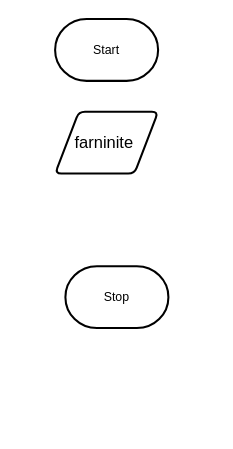
Earlier version of the draw.io diagram design/flowchart.drawio (MTHS-ICD2O-1-2024/ICD2O-Unit-3-04-Emre-Guzel-2). Source tidied: cells renumbered, new cells numbered last; positions are measured from the earlier drawing's top-left corner, leaving out a move shared by most shapes. Both pictures are drawn from the tidied source at 103%, with x=0, y=0 at pixel (55, 19).
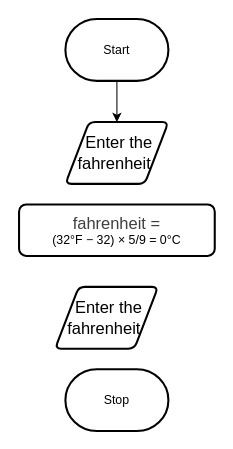
The same diagram, later.

Commit message:
almost done the flowshort

Change to the diagram source:
```diff
@@
 <mxGraphModel>
   <root>
     <mxCell id="0" />
     <mxCell id="1" parent="0" />
+    <mxCell id="5" style="edgeStyle=orthogonalEdgeStyle;html=1;rounded=0;curved=0;" parent="1" edge="1" source="2" target="4">
+      <mxGeometry relative="1" as="geometry" />
+    </mxCell>
     <mxCell id="2" value="Start" style="strokeWidth=2;html=1;shape=mxgraph.flowchart.terminator;whiteSpace=wrap;" parent="1" vertex="1">
-      <mxGeometry width="100" height="60" as="geometry" />
+      <mxGeometry x="10" width="100" height="60" as="geometry" />
     </mxCell>
     <mxCell id="3" value="Stop" style="strokeWidth=2;html=1;shape=mxgraph.flowchart.terminator;whiteSpace=wrap;" parent="1" vertex="1">
-      <mxGeometry x="10" y="240" width="100" height="60" as="geometry" />
+      <mxGeometry x="10" y="340" width="100" height="60" as="geometry" />
     </mxCell>
-    <mxCell id="4" value="&lt;font style=&quot;font-size: 16px;&quot;&gt;&lt;font style=&quot;&quot;&gt;farninite&lt;/font&gt;&amp;nbsp;&lt;/font&gt;" style="shape=parallelogram;html=1;strokeWidth=2;perimeter=parallelogramPerimeter;whiteSpace=wrap;rounded=1;arcSize=12;size=0.23;" parent="1" vertex="1">
-      <mxGeometry y="90" width="100" height="60" as="geometry" />
+    <mxCell id="4" value="&lt;font style=&quot;font-size: 16px;&quot;&gt;&lt;font style=&quot;&quot;&gt;&amp;nbsp;Enter the fahrenheit&lt;/font&gt;&amp;nbsp;&lt;/font&gt;" style="shape=parallelogram;html=1;strokeWidth=2;perimeter=parallelogramPerimeter;whiteSpace=wrap;rounded=1;arcSize=12;size=0.23;" parent="1" vertex="1">
+      <mxGeometry x="10" y="100" width="100" height="60" as="geometry" />
     </mxCell>
+    <mxCell id="6" value="&lt;span style=&quot;color: rgb(0, 0, 0); text-wrap-mode: nowrap;&quot;&gt;&lt;span style=&quot;color: rgb(63, 63, 63); font-size: 16px; text-wrap-mode: wrap;&quot;&gt;fahrenheit =&lt;/span&gt;(32°F − 32) × 5/9 = 0°C&lt;/span&gt;" style="rounded=1;whiteSpace=wrap;html=1;absoluteArcSize=1;arcSize=14;strokeWidth=2;" parent="1" vertex="1">
+      <mxGeometry x="-35" y="180" width="190" height="50" as="geometry" />
+    </mxCell>
+    <mxCell id="7" value="&lt;font style=&quot;font-size: 16px;&quot;&gt;&lt;font style=&quot;&quot;&gt;&amp;nbsp;Enter the fahrenheit&lt;/font&gt;&amp;nbsp;&lt;/font&gt;" style="shape=parallelogram;html=1;strokeWidth=2;perimeter=parallelogramPerimeter;whiteSpace=wrap;rounded=1;arcSize=12;size=0.23;" parent="1" vertex="1">
+      <mxGeometry y="260" width="100" height="60" as="geometry" />
+    </mxCell>
   </root>
 </mxGraphModel>
```
